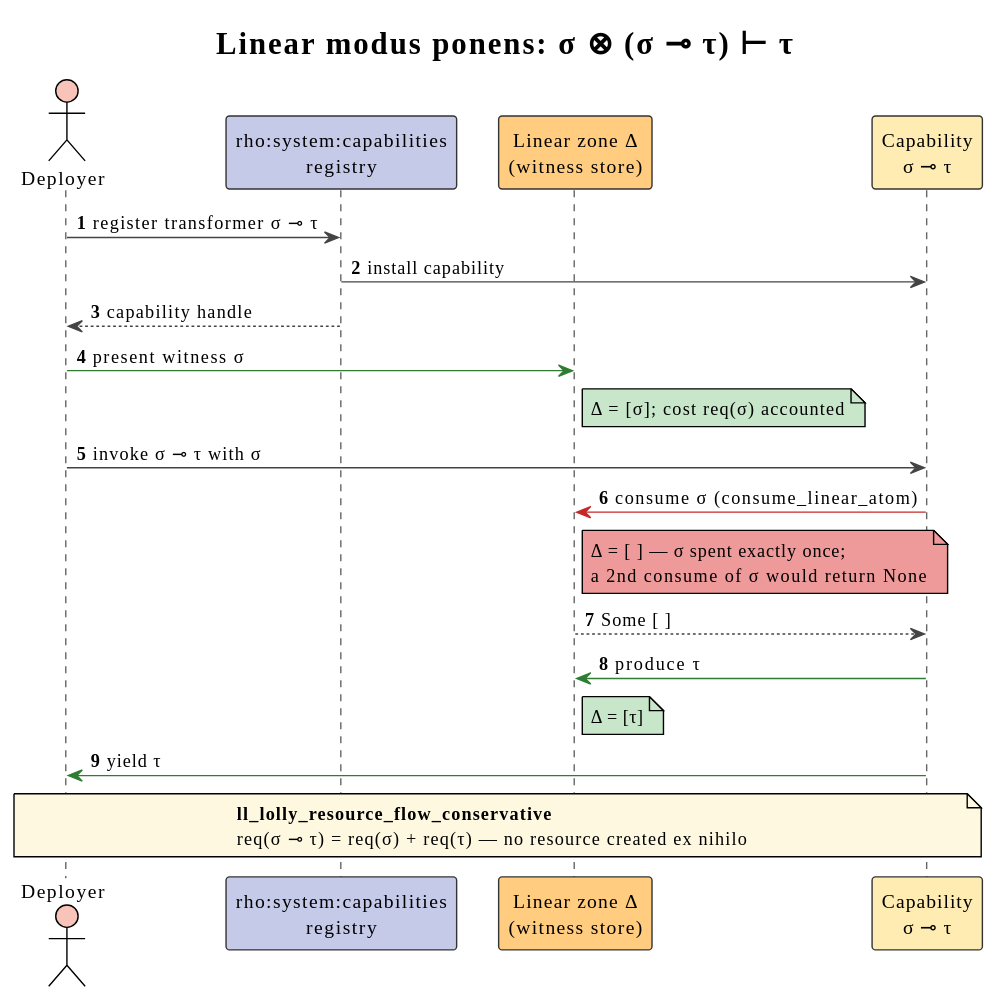
Earlier version of the PlantUML export docs/theory/diagrams/lolly-modus-ponens-sequence.svg (F1R3FLY-io/f1r3node-rust).
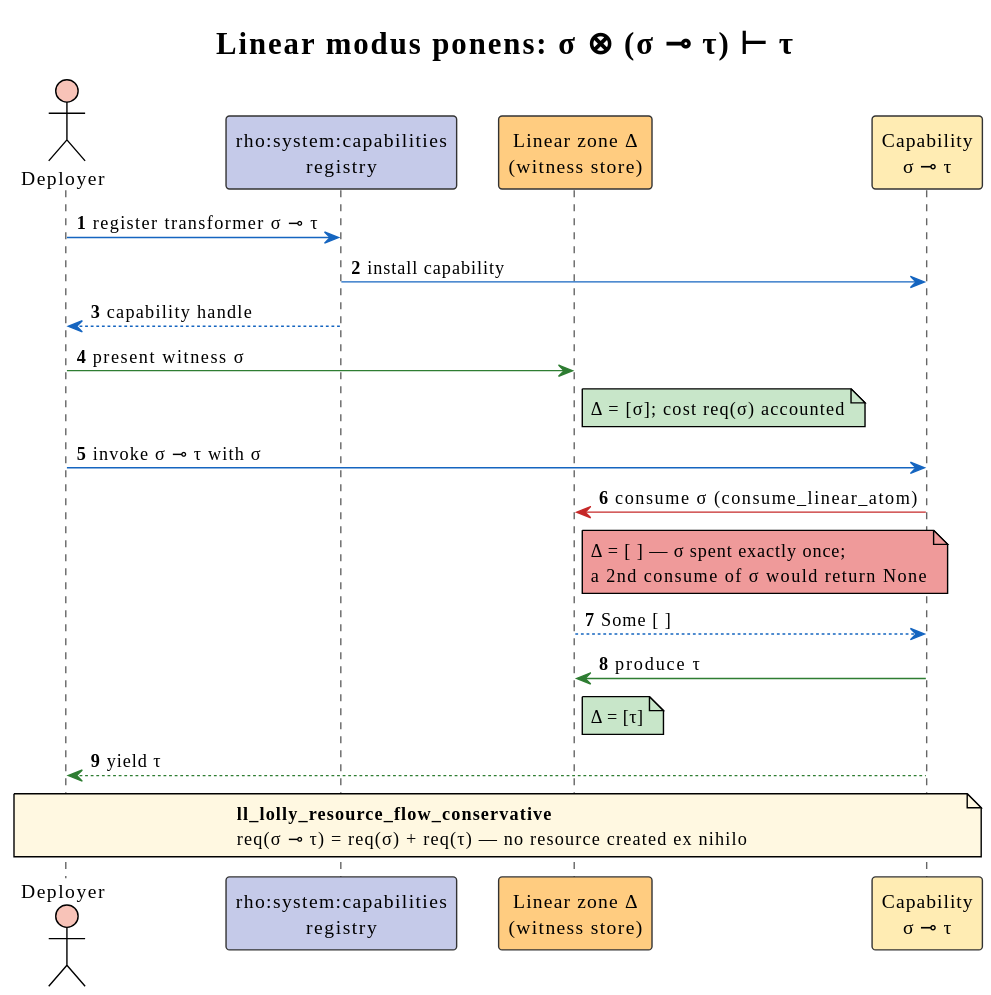
The same file after the commit.

Commit message:
[agent] docs(cost-accounted-rho): remodel no-double-spend as a flowchart; fully color the modus-ponens sequence

The edit, as a diff of the source:
```diff
@@ -15,22 +15,22 @@
 participant "Linear zone Δ\n(witness store)"     as DELTA #FFCC80
 participant "Capability\nσ ⊸ τ"                  as CAP   #FFECB3
 
-D   ->  REG  : register transformer σ ⊸ τ
-REG ->  CAP  : install capability
-REG --> D    : capability handle
+D   -[#1565C0]>  REG : register transformer σ ⊸ τ
+REG -[#1565C0]>  CAP : install capability
+REG -[#1565C0]-> D   : capability handle
 
-D   -[#2E7D32]> DELTA : present witness σ
+D   -[#2E7D32]>  DELTA : present witness σ
 note right of DELTA #C8E6C9 : Δ = [σ];  cost req(σ) accounted
-D   ->  CAP  : invoke σ ⊸ τ  with σ
-CAP -[#C62828]> DELTA : consume σ  (consume_linear_atom)
+D   -[#1565C0]>  CAP : invoke σ ⊸ τ  with σ
+CAP -[#C62828]>  DELTA : consume σ  (consume_linear_atom)
 note right of DELTA #EF9A9A
   Δ = [ ] — σ spent exactly once;
   a 2nd consume of σ would return None
 end note
-DELTA --> CAP : Some [ ]
-CAP -[#2E7D32]> DELTA : produce τ
+DELTA -[#1565C0]-> CAP : Some [ ]
+CAP -[#2E7D32]>  DELTA : produce τ
 note right of DELTA #C8E6C9 : Δ = [τ]
-CAP -[#2E7D32]> D : yield τ
+CAP -[#2E7D32]-> D : yield τ
 
 note over D, CAP #FFF8E1
   <b>ll_lolly_resource_flow_conservative</b>
```
